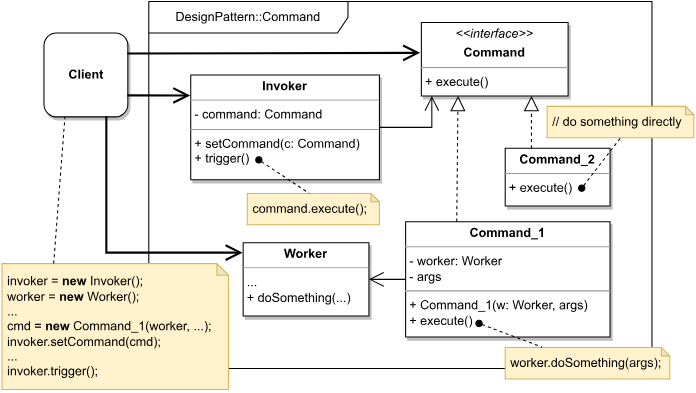
Before: Command/Command.svg, a diagram exported from draw.io (safar-jn/design-patterns). Source tidied: cells renumbered, new cells last; positions are measured from the earlier drawing's top-left corner, leaving out a move shared by most shapes. Its diagram source:
```xml
<mxGraphModel>
  <root>
    <mxCell id="0" />
    <mxCell id="1" parent="0" />
    <mxCell id="2" value="DesignPattern::Command" style="shape=umlFrame;whiteSpace=wrap;html=1;width=190;height=30;" parent="1" vertex="1">
      <mxGeometry x="140" width="480" height="350" as="geometry" />
    </mxCell>
    <mxCell id="3" value="&lt;p style=&quot;margin:0px;margin-top:4px;text-align:center;&quot;&gt;&lt;b&gt;Invoker&lt;/b&gt;&lt;/p&gt;&lt;hr size=&quot;1&quot;&gt;&lt;p style=&quot;margin:0px;margin-left:4px;&quot;&gt;- command: Command&lt;/p&gt;&lt;hr size=&quot;1&quot;&gt;&lt;p style=&quot;margin:0px;margin-left:4px;&quot;&gt;+ setCommand(c: Command)&lt;/p&gt;&lt;p style=&quot;margin:0px;margin-left:4px;&quot;&gt;+ trigger()&lt;/p&gt;" style="verticalAlign=top;align=left;overflow=fill;fontSize=12;fontFamily=Helvetica;html=1;shadow=1;" parent="1" vertex="1">
      <mxGeometry x="180" y="70" width="180" height="100" as="geometry" />
    </mxCell>
    <mxCell id="4" value="&lt;b&gt;Client&lt;/b&gt;" style="html=1;shadow=1;rounded=1;" parent="1" vertex="1">
      <mxGeometry x="40" y="30" width="80" height="80" as="geometry" />
    </mxCell>
    <mxCell id="5" style="endArrow=open;endFill=1;endSize=12;html=1;rounded=0;exitX=1;exitY=0.75;exitDx=0;exitDy=0;entryX=0;entryY=0.201;entryDx=0;entryDy=0;strokeWidth=2;entryPerimeter=0;" parent="1" edge="1" source="4" target="3">
      <mxGeometry relative="1" as="geometry" />
    </mxCell>
    <mxCell id="6" value="&lt;p style=&quot;margin:0px;margin-top:4px;text-align:center;&quot;&gt;&lt;span style=&quot;background-color: initial;&quot;&gt;&lt;i&gt;&amp;lt;&amp;lt;interface&amp;gt;&amp;gt;&lt;/i&gt;&lt;/span&gt;&lt;/p&gt;&lt;p style=&quot;margin:0px;margin-top:4px;text-align:center;&quot;&gt;&lt;b style=&quot;background-color: initial;&quot;&gt;Command&lt;/b&gt;&lt;br&gt;&lt;/p&gt;&lt;hr size=&quot;1&quot;&gt;&lt;p style=&quot;margin:0px;margin-left:4px;&quot;&gt;&lt;/p&gt;&lt;p style=&quot;margin:0px;margin-left:4px;&quot;&gt;&lt;span style=&quot;background-color: initial;&quot;&gt;+ execute()&lt;/span&gt;&lt;br&gt;&lt;/p&gt;" style="verticalAlign=top;align=left;overflow=fill;fontSize=12;fontFamily=Helvetica;html=1;shadow=1;" parent="1" vertex="1">
      <mxGeometry x="400" y="20" width="140" height="70" as="geometry" />
    </mxCell>
    <mxCell id="7" value="&lt;p style=&quot;margin:0px;margin-top:4px;text-align:center;&quot;&gt;&lt;b style=&quot;background-color: initial;&quot;&gt;Command_1&lt;/b&gt;&lt;br&gt;&lt;/p&gt;&lt;hr size=&quot;1&quot;&gt;&lt;p style=&quot;margin:0px;margin-left:4px;&quot;&gt;&lt;/p&gt;&lt;p style=&quot;margin: 0px 0px 0px 4px;&quot;&gt;- worker: Worker&lt;/p&gt;&lt;p style=&quot;margin: 0px 0px 0px 4px;&quot;&gt;- args&lt;/p&gt;&lt;hr size=&quot;1&quot;&gt;&lt;p style=&quot;margin: 0px 0px 0px 4px;&quot;&gt;+ Command_1(w: Worker, args)&lt;/p&gt;&lt;p style=&quot;margin:0px;margin-left:4px;&quot;&gt;&lt;span style=&quot;background-color: initial;&quot;&gt;+ execute()&lt;/span&gt;&lt;br&gt;&lt;/p&gt;" style="verticalAlign=top;align=left;overflow=fill;fontSize=12;fontFamily=Helvetica;html=1;shadow=1;" parent="1" vertex="1">
      <mxGeometry x="385" y="210" width="195" height="110" as="geometry" />
    </mxCell>
    <mxCell id="8" value="&lt;p style=&quot;margin:0px;margin-top:4px;text-align:center;&quot;&gt;&lt;b style=&quot;background-color: initial;&quot;&gt;Command_2&lt;/b&gt;&lt;br&gt;&lt;/p&gt;&lt;hr size=&quot;1&quot;&gt;&lt;p style=&quot;margin:0px;margin-left:4px;&quot;&gt;&lt;/p&gt;&lt;p style=&quot;margin:0px;margin-left:4px;&quot;&gt;&lt;span style=&quot;background-color: initial;&quot;&gt;+ execute()&lt;/span&gt;&lt;br&gt;&lt;/p&gt;" style="verticalAlign=top;align=left;overflow=fill;fontSize=12;fontFamily=Helvetica;html=1;shadow=1;" parent="1" vertex="1">
      <mxGeometry x="480" y="140" width="100" height="55" as="geometry" />
    </mxCell>
    <mxCell id="9" style="endArrow=open;endFill=1;endSize=12;html=1;rounded=0;exitX=1;exitY=0.25;exitDx=0;exitDy=0;entryX=-0.005;entryY=0.42;entryDx=0;entryDy=0;strokeWidth=2;entryPerimeter=0;" parent="1" edge="1" source="4" target="6">
      <mxGeometry relative="1" as="geometry" />
    </mxCell>
    <mxCell id="10" style="endArrow=block;dashed=1;endFill=0;endSize=12;html=1;rounded=0;strokeWidth=1;entryX=0.25;entryY=1;entryDx=0;entryDy=0;exitX=0.25;exitY=0;exitDx=0;exitDy=0;" parent="1" edge="1" source="7" target="6">
      <mxGeometry relative="1" as="geometry" />
    </mxCell>
    <mxCell id="11" style="endArrow=block;dashed=1;endFill=0;endSize=12;html=1;rounded=0;strokeWidth=1;entryX=0.75;entryY=1;entryDx=0;entryDy=0;exitX=0.25;exitY=0;exitDx=0;exitDy=0;" parent="1" edge="1" source="8" target="6">
      <mxGeometry relative="1" as="geometry" />
    </mxCell>
    <mxCell id="12" value="&lt;p style=&quot;margin:0px;margin-top:4px;text-align:center;&quot;&gt;&lt;b&gt;Worker&lt;/b&gt;&lt;/p&gt;&lt;hr size=&quot;1&quot;&gt;&lt;p style=&quot;margin:0px;margin-left:4px;&quot;&gt;...&lt;/p&gt;&lt;p style=&quot;margin:0px;margin-left:4px;&quot;&gt;+ doSomething(...)&lt;/p&gt;" style="verticalAlign=top;align=left;overflow=fill;fontSize=12;fontFamily=Helvetica;html=1;shadow=1;" parent="1" vertex="1">
      <mxGeometry x="230" y="230" width="120" height="70" as="geometry" />
    </mxCell>
    <mxCell id="13" style="endArrow=open;endFill=1;endSize=12;html=1;rounded=0;exitX=0.75;exitY=1;exitDx=0;exitDy=0;strokeWidth=2;" parent="1" edge="1" source="4">
      <mxGeometry relative="1" as="geometry">
        <mxPoint x="230" y="240" as="targetPoint" />
        <Array as="points">
          <mxPoint x="100" y="240" />
        </Array>
      </mxGeometry>
    </mxCell>
    <mxCell id="14" style="endArrow=open;endFill=1;endSize=12;html=1;rounded=0;strokeWidth=1;exitX=1;exitY=0.5;exitDx=0;exitDy=0;" parent="1" edge="1" source="3">
      <mxGeometry relative="1" as="geometry">
        <mxPoint x="410" y="90" as="targetPoint" />
        <Array as="points">
          <mxPoint x="410" y="120" />
        </Array>
      </mxGeometry>
    </mxCell>
    <mxCell id="15" style="endArrow=open;endFill=1;endSize=12;html=1;rounded=0;strokeWidth=1;exitX=0;exitY=0.5;exitDx=0;exitDy=0;entryX=1;entryY=0.5;entryDx=0;entryDy=0;" parent="1" edge="1" source="7" target="12">
      <mxGeometry relative="1" as="geometry" />
    </mxCell>
    <mxCell id="16" value="&amp;nbsp;// do something directly" style="shape=note;whiteSpace=wrap;html=1;backgroundOutline=1;darkOpacity=0.05;size=8;fillColor=#fff2cc;strokeColor=#d6b656;align=left;" parent="1" vertex="1">
      <mxGeometry x="520" y="100" width="140" height="30" as="geometry" />
    </mxCell>
    <mxCell id="17" style="endArrow=none;dashed=1;html=1;rounded=0;startArrow=oval;startFill=1;entryX=0.5;entryY=1;entryDx=0;entryDy=0;entryPerimeter=0;exitX=0.73;exitY=0.691;exitDx=0;exitDy=0;exitPerimeter=0;" parent="1" edge="1" source="8" target="16">
      <mxGeometry relative="1" as="geometry" />
    </mxCell>
    <mxCell id="18" value="&amp;nbsp;worker.doSomething(args);" style="shape=note;whiteSpace=wrap;html=1;backgroundOutline=1;darkOpacity=0.05;size=8;fillColor=#fff2cc;strokeColor=#d6b656;align=left;" parent="1" vertex="1">
      <mxGeometry x="480" y="330" width="157" height="30" as="geometry" />
    </mxCell>
    <mxCell id="19" style="endArrow=none;dashed=1;html=1;rounded=0;startArrow=oval;startFill=1;entryX=0.224;entryY=-0.011;entryDx=0;entryDy=0;entryPerimeter=0;" parent="1" edge="1" target="18">
      <mxGeometry relative="1" as="geometry">
        <mxPoint x="455" y="307" as="sourcePoint" />
      </mxGeometry>
    </mxCell>
    <mxCell id="20" value="&amp;nbsp;invoker = &lt;b&gt;new &lt;/b&gt;Invoker();&amp;nbsp;&lt;br&gt;&amp;nbsp;worker = &lt;b&gt;new &lt;/b&gt;Worker();&lt;br&gt;&amp;nbsp;...&lt;br&gt;&amp;nbsp;cmd = &lt;b&gt;new &lt;/b&gt;Command_1(worker, ...);&lt;br&gt;&amp;nbsp;invoker.setCommand(cmd);&lt;br&gt;&amp;nbsp;...&lt;br&gt;&amp;nbsp;invoker.trigger();" style="shape=note;whiteSpace=wrap;html=1;backgroundOutline=1;darkOpacity=0.05;size=11;fillColor=#fff2cc;strokeColor=#d6b656;align=left;" parent="1" vertex="1">
      <mxGeometry y="250" width="216" height="120" as="geometry" />
    </mxCell>
    <mxCell id="21" value="&amp;nbsp;command.execute();" style="shape=note;whiteSpace=wrap;html=1;backgroundOutline=1;darkOpacity=0.05;size=8;fillColor=#fff2cc;strokeColor=#d6b656;align=left;" parent="1" vertex="1">
      <mxGeometry x="234" y="183" width="126" height="30" as="geometry" />
    </mxCell>
    <mxCell id="22" style="endArrow=none;dashed=1;html=1;rounded=0;startArrow=oval;startFill=1;entryX=0;entryY=0;entryDx=59;entryDy=0;entryPerimeter=0;exitX=0.361;exitY=0.81;exitDx=0;exitDy=0;exitPerimeter=0;" parent="1" edge="1" source="3" target="21">
      <mxGeometry relative="1" as="geometry" />
    </mxCell>
    <mxCell id="23" style="endArrow=none;dashed=1;html=1;rounded=0;strokeWidth=1;exitX=0.228;exitY=-0.001;exitDx=0;exitDy=0;exitPerimeter=0;entryX=0.25;entryY=1;entryDx=0;entryDy=0;" parent="1" edge="1" source="20" target="4">
      <mxGeometry relative="1" as="geometry" />
    </mxCell>
  </root>
</mxGraphModel>
```
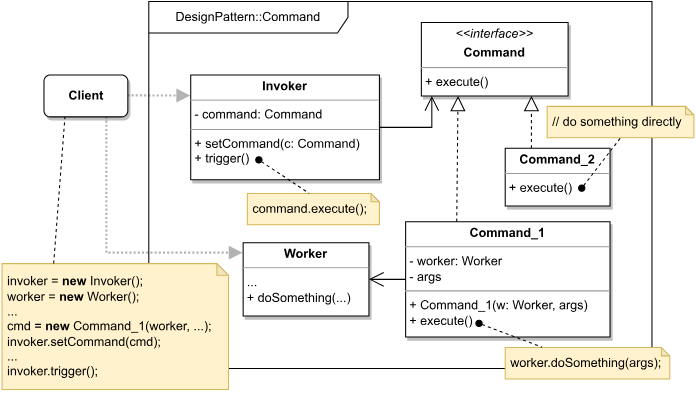
The same file after the commit.

Change to the diagram source:
```diff
@@ -2,6 +2,17 @@
   <root>
     <mxCell id="0" />
     <mxCell id="1" parent="0" />
+    <mxCell id="5" style="endArrow=block;endFill=1;endSize=8;html=1;rounded=0;exitX=1;exitY=0.5;exitDx=0;exitDy=0;entryX=0;entryY=0.201;entryDx=0;entryDy=0;strokeWidth=2;entryPerimeter=0;fontSize=12;strokeColor=#B3B3B3;startSize=14;shadow=0;sketch=0;dashed=1;dashPattern=1 1;" parent="1" edge="1" source="4" target="3">
+      <mxGeometry relative="1" as="geometry" />
+    </mxCell>
+    <mxCell id="24" style="endArrow=block;endFill=1;endSize=8;html=1;rounded=0;exitX=0.75;exitY=1;exitDx=0;exitDy=0;strokeWidth=2;fontSize=12;strokeColor=#B3B3B3;startSize=14;shadow=0;sketch=0;dashed=1;dashPattern=1 1;" parent="1" edge="1" source="4">
+      <mxGeometry relative="1" as="geometry">
+        <mxPoint x="230" y="240" as="targetPoint" />
+        <Array as="points">
+          <mxPoint x="100" y="240" />
+        </Array>
+      </mxGeometry>
+    </mxCell>
     <mxCell id="2" value="DesignPattern::Command" style="shape=umlFrame;whiteSpace=wrap;html=1;width=190;height=30;" parent="1" vertex="1">
       <mxGeometry x="140" width="480" height="350" as="geometry" />
     </mxCell>
@@ -9,11 +20,8 @@
       <mxGeometry x="180" y="70" width="180" height="100" as="geometry" />
     </mxCell>
     <mxCell id="4" value="&lt;b&gt;Client&lt;/b&gt;" style="html=1;shadow=1;rounded=1;" parent="1" vertex="1">
-      <mxGeometry x="40" y="30" width="80" height="80" as="geometry" />
+      <mxGeometry x="40" y="70" width="80" height="40" as="geometry" />
     </mxCell>
-    <mxCell id="5" style="endArrow=open;endFill=1;endSize=12;html=1;rounded=0;exitX=1;exitY=0.75;exitDx=0;exitDy=0;entryX=0;entryY=0.201;entryDx=0;entryDy=0;strokeWidth=2;entryPerimeter=0;" parent="1" edge="1" source="4" target="3">
-      <mxGeometry relative="1" as="geometry" />
-    </mxCell>
     <mxCell id="6" value="&lt;p style=&quot;margin:0px;margin-top:4px;text-align:center;&quot;&gt;&lt;span style=&quot;background-color: initial;&quot;&gt;&lt;i&gt;&amp;lt;&amp;lt;interface&amp;gt;&amp;gt;&lt;/i&gt;&lt;/span&gt;&lt;/p&gt;&lt;p style=&quot;margin:0px;margin-top:4px;text-align:center;&quot;&gt;&lt;b style=&quot;background-color: initial;&quot;&gt;Command&lt;/b&gt;&lt;br&gt;&lt;/p&gt;&lt;hr size=&quot;1&quot;&gt;&lt;p style=&quot;margin:0px;margin-left:4px;&quot;&gt;&lt;/p&gt;&lt;p style=&quot;margin:0px;margin-left:4px;&quot;&gt;&lt;span style=&quot;background-color: initial;&quot;&gt;+ execute()&lt;/span&gt;&lt;br&gt;&lt;/p&gt;" style="verticalAlign=top;align=left;overflow=fill;fontSize=12;fontFamily=Helvetica;html=1;shadow=1;" parent="1" vertex="1">
       <mxGeometry x="400" y="20" width="140" height="70" as="geometry" />
     </mxCell>
@@ -23,9 +31,6 @@
     <mxCell id="8" value="&lt;p style=&quot;margin:0px;margin-top:4px;text-align:center;&quot;&gt;&lt;b style=&quot;background-color: initial;&quot;&gt;Command_2&lt;/b&gt;&lt;br&gt;&lt;/p&gt;&lt;hr size=&quot;1&quot;&gt;&lt;p style=&quot;margin:0px;margin-left:4px;&quot;&gt;&lt;/p&gt;&lt;p style=&quot;margin:0px;margin-left:4px;&quot;&gt;&lt;span style=&quot;background-color: initial;&quot;&gt;+ execute()&lt;/span&gt;&lt;br&gt;&lt;/p&gt;" style="verticalAlign=top;align=left;overflow=fill;fontSize=12;fontFamily=Helvetica;html=1;shadow=1;" parent="1" vertex="1">
       <mxGeometry x="480" y="140" width="100" height="55" as="geometry" />
     </mxCell>
-    <mxCell id="9" style="endArrow=open;endFill=1;endSize=12;html=1;rounded=0;exitX=1;exitY=0.25;exitDx=0;exitDy=0;entryX=-0.005;entryY=0.42;entryDx=0;entryDy=0;strokeWidth=2;entryPerimeter=0;" parent="1" edge="1" source="4" target="6">
-      <mxGeometry relative="1" as="geometry" />
-    </mxCell>
     <mxCell id="10" style="endArrow=block;dashed=1;endFill=0;endSize=12;html=1;rounded=0;strokeWidth=1;entryX=0.25;entryY=1;entryDx=0;entryDy=0;exitX=0.25;exitY=0;exitDx=0;exitDy=0;" parent="1" edge="1" source="7" target="6">
       <mxGeometry relative="1" as="geometry" />
     </mxCell>
@@ -35,22 +40,14 @@
     <mxCell id="12" value="&lt;p style=&quot;margin:0px;margin-top:4px;text-align:center;&quot;&gt;&lt;b&gt;Worker&lt;/b&gt;&lt;/p&gt;&lt;hr size=&quot;1&quot;&gt;&lt;p style=&quot;margin:0px;margin-left:4px;&quot;&gt;...&lt;/p&gt;&lt;p style=&quot;margin:0px;margin-left:4px;&quot;&gt;+ doSomething(...)&lt;/p&gt;" style="verticalAlign=top;align=left;overflow=fill;fontSize=12;fontFamily=Helvetica;html=1;shadow=1;" parent="1" vertex="1">
       <mxGeometry x="230" y="230" width="120" height="70" as="geometry" />
     </mxCell>
-    <mxCell id="13" style="endArrow=open;endFill=1;endSize=12;html=1;rounded=0;exitX=0.75;exitY=1;exitDx=0;exitDy=0;strokeWidth=2;" parent="1" edge="1" source="4">
-      <mxGeometry relative="1" as="geometry">
-        <mxPoint x="230" y="240" as="targetPoint" />
-        <Array as="points">
-          <mxPoint x="100" y="240" />
-        </Array>
-      </mxGeometry>
-    </mxCell>
-    <mxCell id="14" style="endArrow=open;endFill=1;endSize=12;html=1;rounded=0;strokeWidth=1;exitX=1;exitY=0.5;exitDx=0;exitDy=0;" parent="1" edge="1" source="3">
-      <mxGeometry relative="1" as="geometry">
-        <mxPoint x="410" y="90" as="targetPoint" />
-        <Array as="points">
-          <mxPoint x="410" y="120" />
-        </Array>
-      </mxGeometry>
-    </mxCell>
+    <mxCell id="25" style="endArrow=open;endFill=1;endSize=12;html=1;rounded=0;strokeWidth=1;exitX=1;exitY=0.5;exitDx=0;exitDy=0;" parent="1" edge="1" source="3">
+      <mxGeometry relative="1" as="geometry">
+        <mxPoint x="410" y="90" as="targetPoint" />
+        <Array as="points">
+          <mxPoint x="410" y="120" />
+        </Array>
+      </mxGeometry>
+    </mxCell>
     <mxCell id="15" style="endArrow=open;endFill=1;endSize=12;html=1;rounded=0;strokeWidth=1;exitX=0;exitY=0.5;exitDx=0;exitDy=0;entryX=1;entryY=0.5;entryDx=0;entryDy=0;" parent="1" edge="1" source="7" target="12">
       <mxGeometry relative="1" as="geometry" />
     </mxCell>
@@ -63,11 +60,11 @@
     <mxCell id="18" value="&amp;nbsp;worker.doSomething(args);" style="shape=note;whiteSpace=wrap;html=1;backgroundOutline=1;darkOpacity=0.05;size=8;fillColor=#fff2cc;strokeColor=#d6b656;align=left;" parent="1" vertex="1">
       <mxGeometry x="480" y="330" width="157" height="30" as="geometry" />
     </mxCell>
-    <mxCell id="19" style="endArrow=none;dashed=1;html=1;rounded=0;startArrow=oval;startFill=1;entryX=0.224;entryY=-0.011;entryDx=0;entryDy=0;entryPerimeter=0;" parent="1" edge="1" target="18">
-      <mxGeometry relative="1" as="geometry">
-        <mxPoint x="455" y="307" as="sourcePoint" />
-      </mxGeometry>
-    </mxCell>
+    <mxCell id="26" style="endArrow=none;dashed=1;html=1;rounded=0;startArrow=oval;startFill=1;entryX=0.224;entryY=-0.011;entryDx=0;entryDy=0;entryPerimeter=0;" parent="1" edge="1" target="18">
+      <mxGeometry relative="1" as="geometry">
+        <mxPoint x="455" y="307" as="sourcePoint" />
+      </mxGeometry>
+    </mxCell>
     <mxCell id="20" value="&amp;nbsp;invoker = &lt;b&gt;new &lt;/b&gt;Invoker();&amp;nbsp;&lt;br&gt;&amp;nbsp;worker = &lt;b&gt;new &lt;/b&gt;Worker();&lt;br&gt;&amp;nbsp;...&lt;br&gt;&amp;nbsp;cmd = &lt;b&gt;new &lt;/b&gt;Command_1(worker, ...);&lt;br&gt;&amp;nbsp;invoker.setCommand(cmd);&lt;br&gt;&amp;nbsp;...&lt;br&gt;&amp;nbsp;invoker.trigger();" style="shape=note;whiteSpace=wrap;html=1;backgroundOutline=1;darkOpacity=0.05;size=11;fillColor=#fff2cc;strokeColor=#d6b656;align=left;" parent="1" vertex="1">
       <mxGeometry y="250" width="216" height="120" as="geometry" />
     </mxCell>
```
